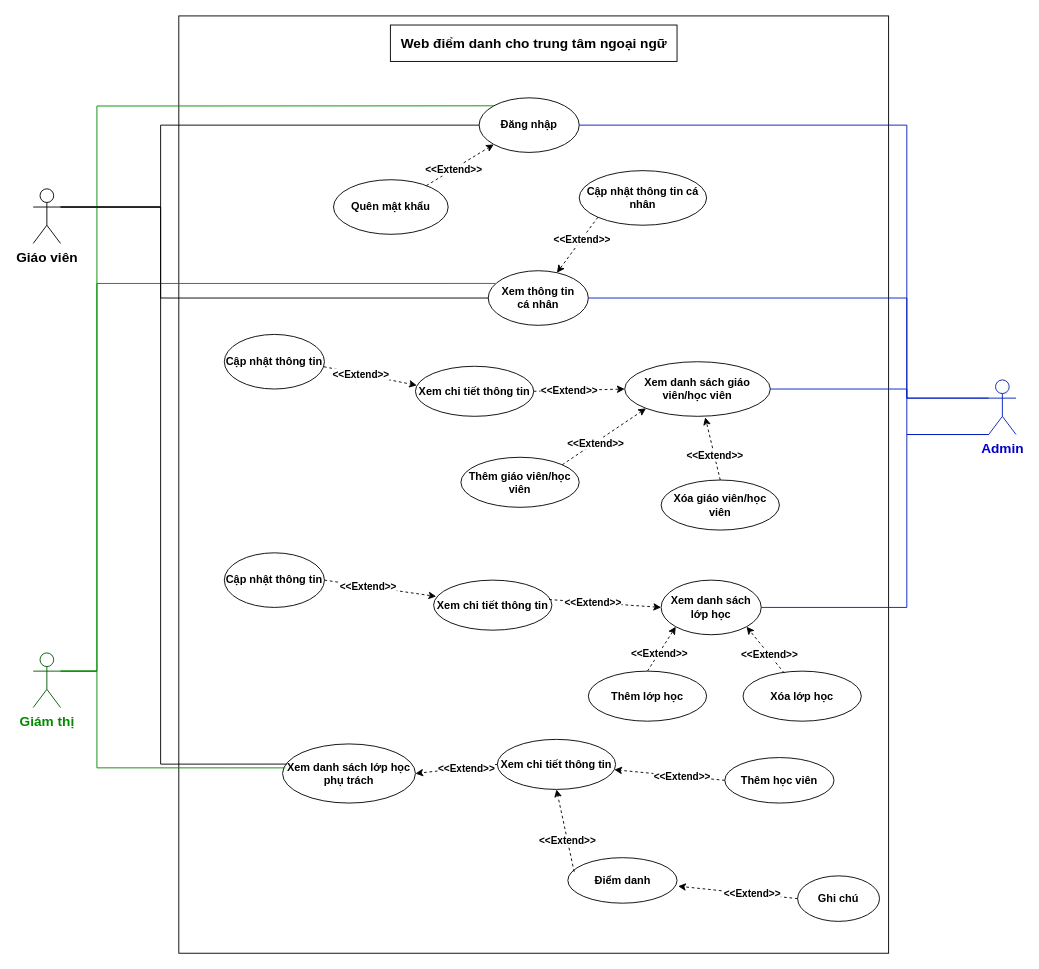
This is Week 1/UC Diagram.drawio from astr0tas/English-Center-Attendance-Check, a draw.io file, before an edit. Source tidied: cells renumbered, new cells numbered last; positions are measured from the earlier drawing's top-left corner, leaving out a move shared by most shapes. Both pictures are drawn from the tidied source at 91%, with x=0, y=0 at pixel (33, 15).
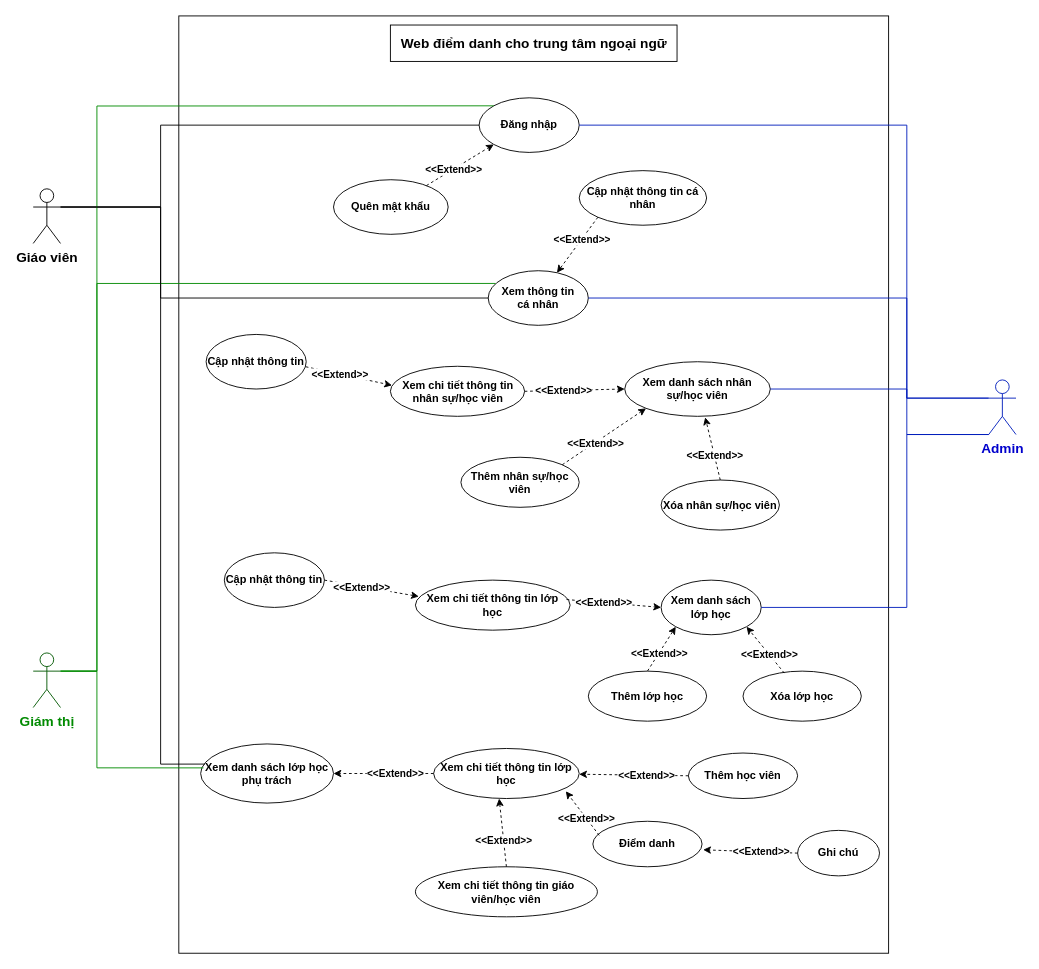
The same diagram, later.

Change to the diagram source:
```diff
@@
-    <mxCell id="12" value="Xem danh sách giáo viên/học viên" style="ellipse;whiteSpace=wrap;html=1;fontStyle=1;" parent="1" vertex="1">
+    <mxCell id="12" value="Xem danh sách nhân sự/học viên" style="ellipse;whiteSpace=wrap;html=1;fontStyle=1;" parent="1" vertex="1">
       <mxGeometry x="650" y="380" width="160" height="60" as="geometry" />
     </mxCell>
@@
     <mxCell id="22" value="Ghi chú" style="ellipse;whiteSpace=wrap;html=1;fontStyle=1;" parent="1" vertex="1">
-      <mxGeometry x="840" y="945" width="90" height="50" as="geometry" />
+      <mxGeometry x="840" y="895" width="90" height="50" as="geometry" />
     </mxCell>
@@
-    <mxCell id="28" value="Xem chi tiết thông tin" style="ellipse;whiteSpace=wrap;html=1;fontStyle=1;" parent="1" vertex="1">
-      <mxGeometry x="420" y="385" width="130" height="55" as="geometry" />
+    <mxCell id="28" value="Xem chi tiết thông tin nhân sự/học viên" style="ellipse;whiteSpace=wrap;html=1;fontStyle=1;" parent="1" vertex="1">
+      <mxGeometry x="392.5" y="385" width="147.5" height="55" as="geometry" />
     </mxCell>
     <mxCell id="29" value="Cập nhật thông tin" style="ellipse;whiteSpace=wrap;html=1;fontStyle=1;" parent="1" vertex="1">
-      <mxGeometry x="210" y="350" width="110" height="60" as="geometry" />
+      <mxGeometry x="190" y="350" width="110" height="60" as="geometry" />
     </mxCell>
-    <mxCell id="30" value="Thêm giáo viên/học viên" style="ellipse;whiteSpace=wrap;html=1;fontStyle=1;" parent="1" vertex="1">
+    <mxCell id="30" value="Thêm nhân sự/học viên" style="ellipse;whiteSpace=wrap;html=1;fontStyle=1;" parent="1" vertex="1">
       <mxGeometry x="470" y="485" width="130" height="55" as="geometry" />
     </mxCell>
-    <mxCell id="31" value="Xóa giáo viên/học viên" style="ellipse;whiteSpace=wrap;html=1;fontStyle=1;" parent="1" vertex="1">
+    <mxCell id="31" value="Xóa nhân sự/học viên" style="ellipse;whiteSpace=wrap;html=1;fontStyle=1;" parent="1" vertex="1">
       <mxGeometry x="690" y="510" width="130" height="55" as="geometry" />
     </mxCell>
@@
-    <mxCell id="40" value="Xem chi tiết thông tin" style="ellipse;whiteSpace=wrap;html=1;fontStyle=1;" parent="1" vertex="1">
-      <mxGeometry x="440" y="620" width="130" height="55" as="geometry" />
+    <mxCell id="40" value="Xem chi tiết thông tin lớp học" style="ellipse;whiteSpace=wrap;html=1;fontStyle=1;" parent="1" vertex="1">
+      <mxGeometry x="420" y="620" width="170" height="55" as="geometry" />
     </mxCell>
@@
     <mxCell id="52" value="Xem danh sách lớp học phụ trách" style="ellipse;whiteSpace=wrap;html=1;fontStyle=1;" parent="1" vertex="1">
-      <mxGeometry x="274" y="800" width="146" height="65" as="geometry" />
+      <mxGeometry x="184" y="800" width="146" height="65" as="geometry" />
     </mxCell>
     <mxCell id="53" value="Điểm danh" style="ellipse;whiteSpace=wrap;html=1;fontStyle=1;" parent="1" vertex="1">
-      <mxGeometry x="587.5" y="925" width="120" height="50" as="geometry" />
+      <mxGeometry x="615" y="885" width="120" height="50" as="geometry" />
     </mxCell>
-    <mxCell id="54" style="endArrow=classic;html=1;rounded=0;exitX=0.058;exitY=0.31;exitDx=0;exitDy=0;dashed=1;fontStyle=1;exitPerimeter=0;entryX=0.5;entryY=1;entryDx=0;entryDy=0;" parent="1" edge="1" source="53" target="61">
+    <mxCell id="54" style="endArrow=classic;html=1;rounded=0;exitX=0.058;exitY=0.31;exitDx=0;exitDy=0;dashed=1;fontStyle=1;exitPerimeter=0;entryX=0.908;entryY=0.855;entryDx=0;entryDy=0;entryPerimeter=0;" parent="1" edge="1" source="53" target="61">
       <mxGeometry relative="1" as="geometry" />
     </mxCell>
@@
     <mxCell id="58" value="Thêm học viên" style="ellipse;whiteSpace=wrap;html=1;fontStyle=1;" parent="1" vertex="1">
-      <mxGeometry x="760" y="815" width="120" height="50" as="geometry" />
+      <mxGeometry x="720" y="810" width="120" height="50" as="geometry" />
     </mxCell>
@@
-    <mxCell id="61" value="Xem chi tiết thông tin" style="ellipse;whiteSpace=wrap;html=1;fontStyle=1;" parent="1" vertex="1">
-      <mxGeometry x="510" y="795" width="130" height="55" as="geometry" />
+    <mxCell id="61" value="Xem chi tiết thông tin lớp học" style="ellipse;whiteSpace=wrap;html=1;fontStyle=1;" parent="1" vertex="1">
+      <mxGeometry x="440" y="805" width="160" height="55" as="geometry" />
     </mxCell>
@@
+    <mxCell id="64" value="Xem chi tiết thông tin giáo viên/học viên" style="ellipse;whiteSpace=wrap;html=1;fontStyle=1;" parent="1" vertex="1">
+      <mxGeometry x="420" y="935" width="200" height="55" as="geometry" />
+    </mxCell>
+    <mxCell id="65" style="endArrow=classic;html=1;rounded=0;exitX=0.5;exitY=0;exitDx=0;exitDy=0;dashed=1;fontStyle=1;entryX=0.45;entryY=1;entryDx=0;entryDy=0;entryPerimeter=0;" parent="1" edge="1" source="64" target="61">
+      <mxGeometry relative="1" as="geometry" />
+    </mxCell>
+    <mxCell id="66" value="&amp;lt;&amp;lt;Extend&amp;gt;&amp;gt;" style="edgeLabel;html=1;align=center;verticalAlign=middle;fontStyle=1;" parent="65" vertex="1">
+      <mxGeometry x="-0.22" relative="1" as="geometry" />
+    </mxCell>
```
